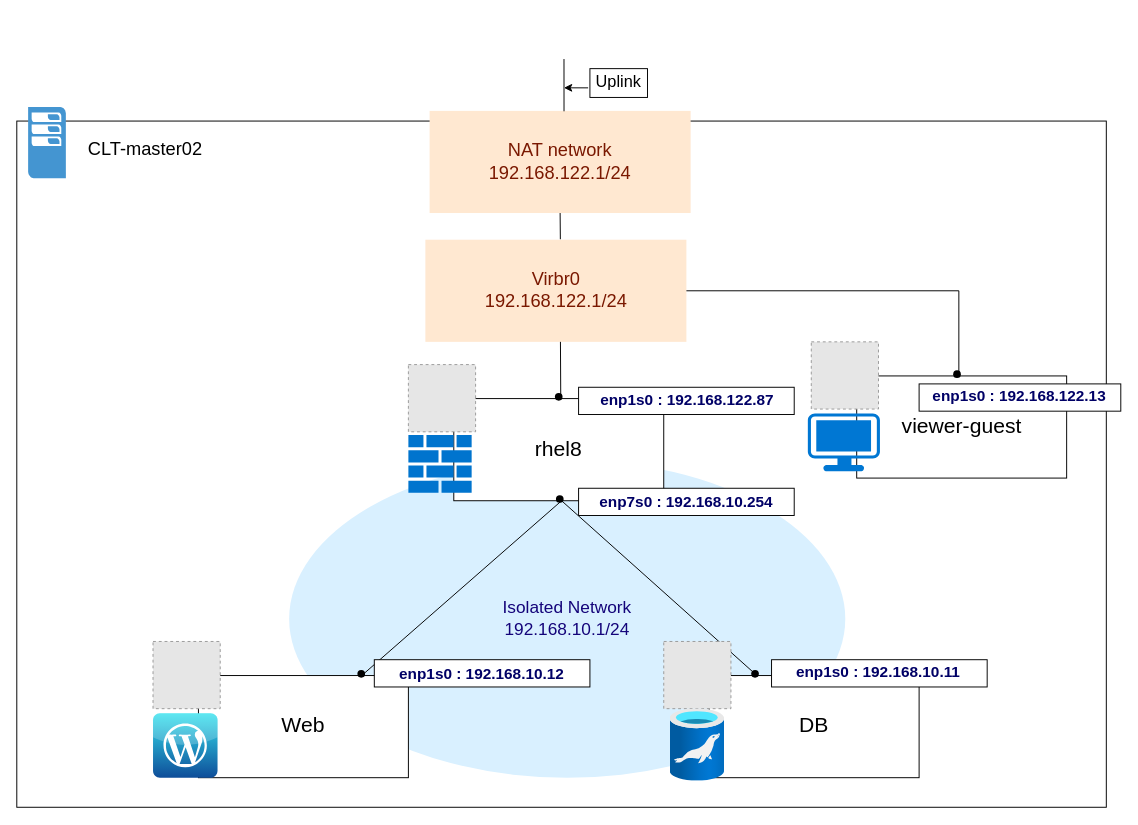
Above: iptables_test01_02.drawio in yokikim/Report-resource-linux (draw.io), before the change. Source tidied: cells renumbered, new cells numbered last; positions are measured from the earlier drawing's top-left corner, leaving out a move shared by most shapes. Both pictures are drawn from the tidied source at 96%, with x=0, y=0 at pixel (16, 59). Pictures stored in the file or linked from it are replaced by grey dashed boxes.
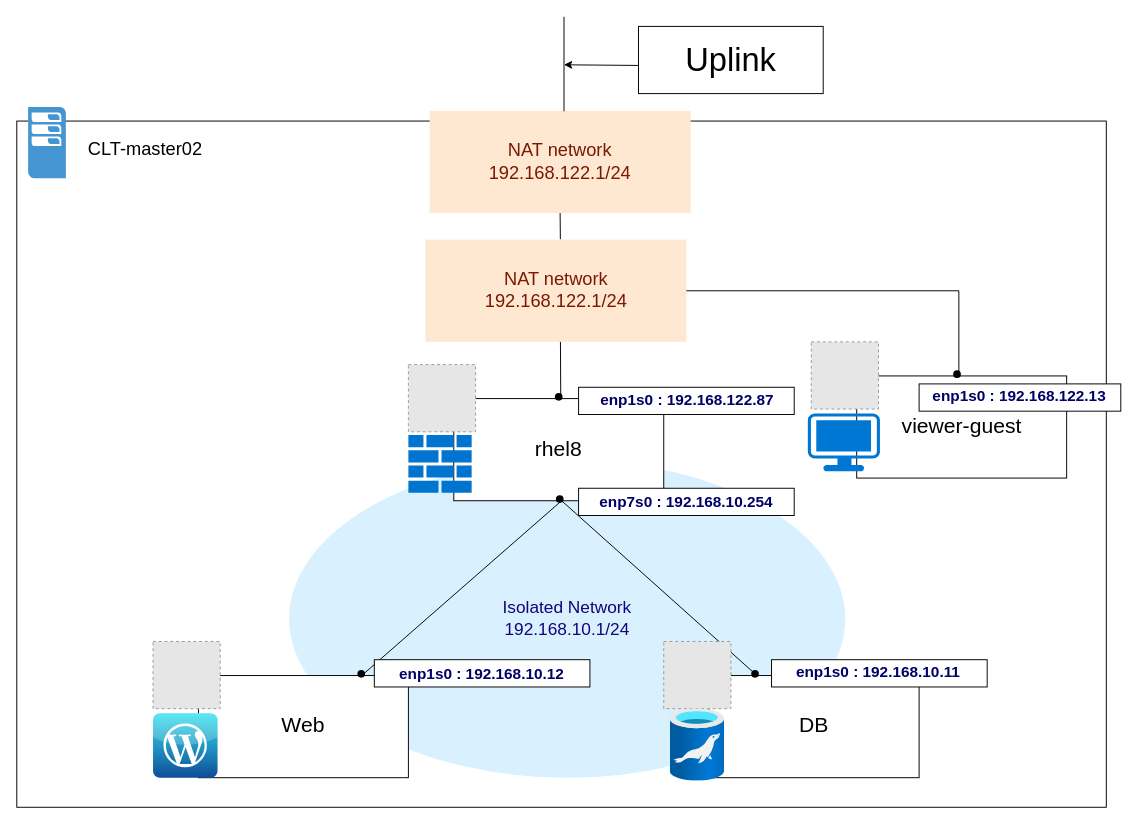
The same page after the edit.

Unchanged cells that the change refers to:
```xml
<mxCell id="6" value="&lt;font color=&quot;#7a1800&quot;&gt;NAT network&lt;br&gt;192.168.122.1/24&lt;/font&gt;" style="rounded=0;whiteSpace=wrap;html=1;fontSize=19;fontColor=#14047A;fillColor=#FFE8D1;strokeColor=none;" parent="2" vertex="1">
  <mxGeometry x="430" y="4" width="271.9" height="106.4" as="geometry" />
</mxCell>
<mxCell id="7" style="group;" parent="1" vertex="1">
  <mxGeometry x="283.7" y="188.2" width="579.3" height="560.4" as="geometry" />
</mxCell>
```

Change to the diagram source:
```diff
@@
-    <mxCell id="9" value="&lt;font color=&quot;#7a1800&quot;&gt;Virbr0&lt;br&gt;192.168.122.1/24&lt;/font&gt;" style="rounded=0;whiteSpace=wrap;html=1;fontSize=19;fontColor=#14047A;fillColor=#FFE8D1;strokeColor=none;" parent="7" vertex="1">
+    <mxCell id="9" value="&lt;font color=&quot;#7a1800&quot;&gt;NAT network&lt;br&gt;192.168.122.1/24&lt;/font&gt;" style="rounded=0;whiteSpace=wrap;html=1;fontSize=19;fontColor=#14047A;fillColor=#FFE8D1;strokeColor=none;" parent="7" vertex="1">
       <mxGeometry x="141.9" width="271.9" height="106.4" as="geometry" />
     </mxCell>
@@
     <mxCell id="41" style="endArrow=none;html=1;rounded=0;exitX=0.515;exitY=0.004;exitDx=0;exitDy=0;exitPerimeter=0;" parent="1" edge="1" source="6">
       <mxGeometry relative="1" as="geometry">
-        <mxPoint x="570" as="targetPoint" />
+        <mxPoint x="570" y="-44" as="targetPoint" />
       </mxGeometry>
     </mxCell>
-    <mxCell id="42" value="&lt;font style=&quot;font-size: 17px;&quot;&gt;Uplink&lt;/font&gt;" style="text;html=1;strokeColor=default;fillColor=none;align=center;verticalAlign=middle;whiteSpace=wrap;rounded=0;" parent="1" vertex="1">
-      <mxGeometry x="597" y="10" width="60" height="30" as="geometry" />
+    <mxCell id="42" value="&lt;font style=&quot;font-size: 34px;&quot;&gt;Uplink&lt;/font&gt;" style="text;html=1;strokeColor=default;fillColor=default;align=center;verticalAlign=middle;whiteSpace=wrap;rounded=0;" parent="1" vertex="1">
+      <mxGeometry x="647.6" y="-34" width="192.4" height="70" as="geometry" />
     </mxCell>
-    <mxCell id="43" style="endArrow=classic;html=1;rounded=0;fontSize=17;exitX=-0.031;exitY=0.667;exitDx=0;exitDy=0;exitPerimeter=0;" parent="1" edge="1" source="42">
+    <mxCell id="43" style="endArrow=classic;html=1;rounded=0;fontSize=17;exitX=-0.003;exitY=0.581;exitDx=0;exitDy=0;exitPerimeter=0;" parent="1" edge="1" source="42">
       <mxGeometry relative="1" as="geometry">
-        <mxPoint x="570" y="30" as="targetPoint" />
+        <mxPoint x="570" y="6" as="targetPoint" />
       </mxGeometry>
     </mxCell>
```
